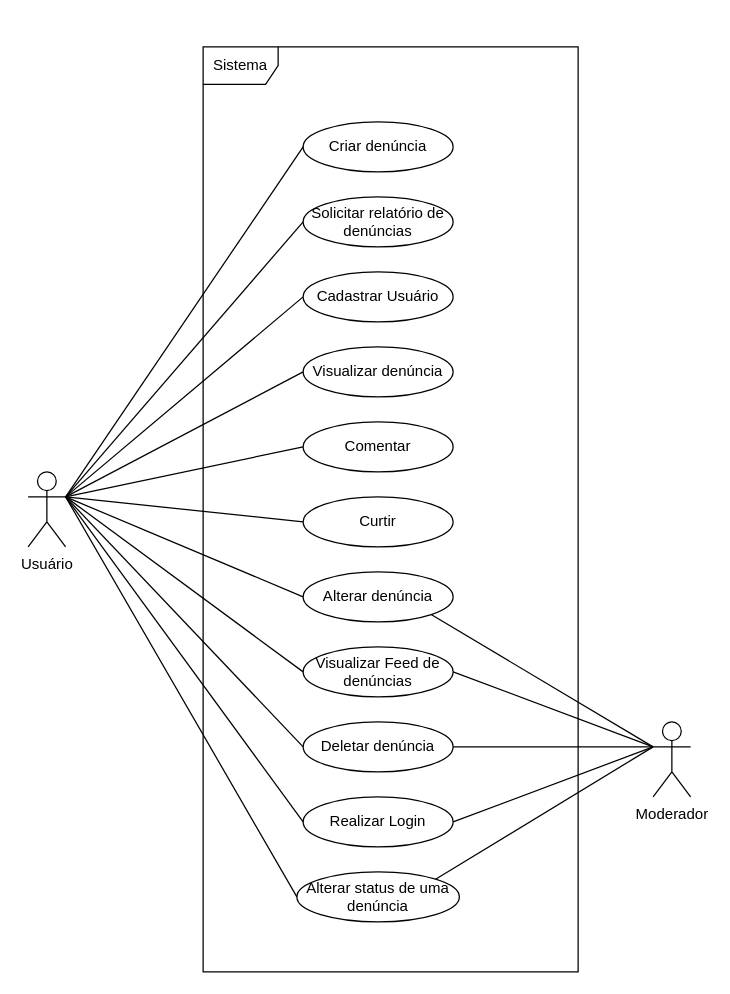
frsouzaa/Documentacao-TCC-NossaVia keeps this draw.io diagram as Documentação/Diagramas/Diagrama de Caso de Uso.drawio. Above is the earlier version. Source tidied: cells renumbered, new cells numbered last; positions are measured from the earlier drawing's top-left corner, leaving out a move shared by most shapes. Both pictures are drawn from the tidied source at 125%, with x=0, y=0 at pixel (28, 46).
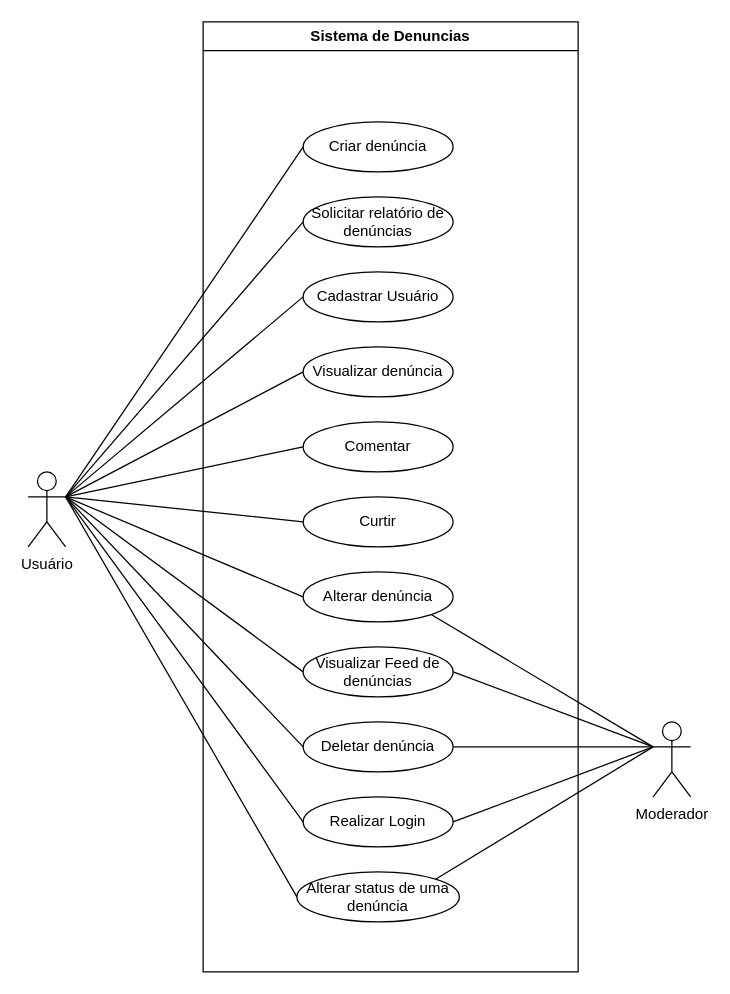
The same diagram, later.

Commit message:
Atualização divisão do sistema  Diagrama de Caso de Uso.drawio

Change to the diagram source:
```diff
@@
-    <mxCell id="32" value="Sistema" style="shape=umlFrame;whiteSpace=wrap;html=1;" parent="1" vertex="1">
-      <mxGeometry x="140" width="300" height="740" as="geometry" />
-    </mxCell>
+    <mxCell id="33" value="Sistema de Denuncias" style="swimlane;whiteSpace=wrap;html=1;" parent="1" vertex="1">
+      <mxGeometry x="140" y="-20" width="300" height="760" as="geometry" />
+    </mxCell>
```
